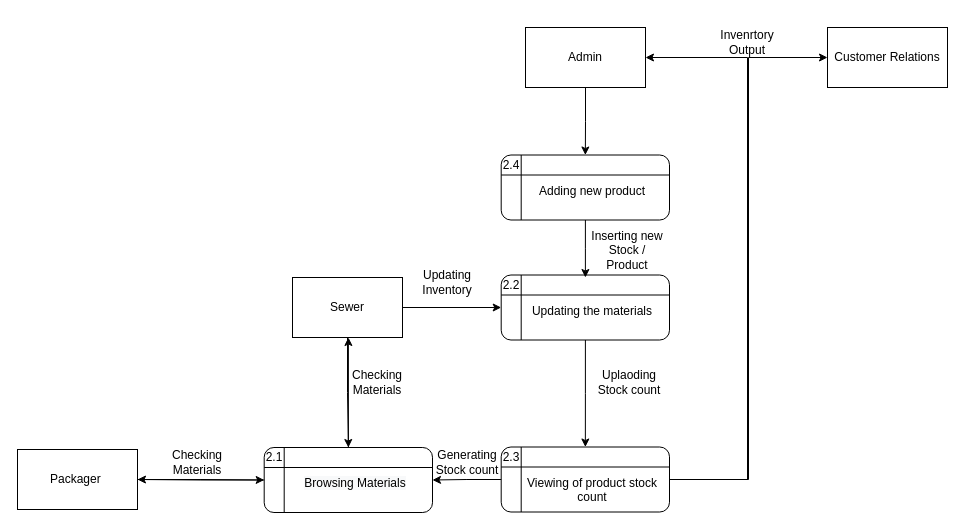
Earlier version of the draw.io diagram page "Revision Level 2 DFD (Inventory Management)" (5 of 10) of DFD DIAGRAMS.drawio (BryanFabellore/Team_SPOTLIGHT). Source tidied: cells renumbered, new cells numbered last; positions are measured from the earlier drawing's top-left corner, leaving out a move shared by most shapes. Both pictures are drawn from the tidied source at 100%, with x=0, y=0 at pixel (17, 17).
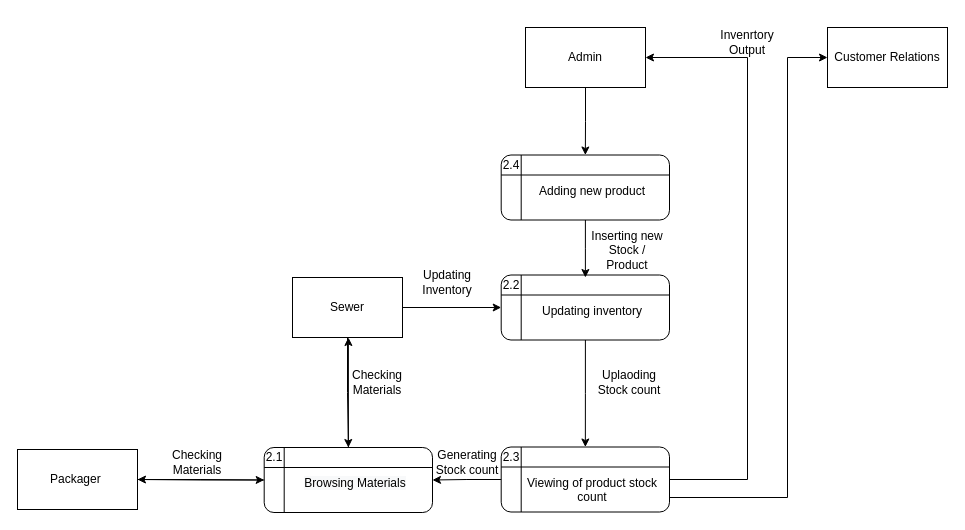
The same page after the edit.

Unchanged cells that the change refers to:
```xml
<mxCell id="9" value="Customer Relations" style="rounded=0;whiteSpace=wrap;html=1;strokeColor=default;fontFamily=Helvetica;fontSize=12;fontColor=default;fillColor=#FFFFFF;" parent="1" vertex="1">
  <mxGeometry x="810" y="10" width="120" height="60" as="geometry" />
</mxCell>
<mxCell id="15" style="group;" parent="1" vertex="1">
  <mxGeometry x="480" y="257.5" width="172" height="65" as="geometry" />
</mxCell>
<mxCell id="23" style="shape=internalStorage;whiteSpace=wrap;html=1;backgroundOutline=1;rounded=1;strokeColor=default;fontFamily=Helvetica;fontSize=12;fontColor=default;fillColor=#FFFFFF;" parent="22" vertex="1">
  <mxGeometry x="3.7" width="168.3" height="65" as="geometry" />
</mxCell>
```

Change to the diagram source:
```diff
@@
-    <mxCell id="18" value="Updating the materials" style="text;whiteSpace=wrap;html=1;align=center;" parent="15" vertex="1">
+    <mxCell id="18" value="Updating inventory" style="text;whiteSpace=wrap;html=1;align=center;" parent="15" vertex="1">
       <mxGeometry x="25.2" y="22.3" width="140.2" height="37.1" as="geometry" />
     </mxCell>
@@
     <mxCell id="34" style="edgeStyle=orthogonalEdgeStyle;rounded=0;jettySize=auto;html=1;entryX=0;entryY=0.5;entryDx=0;entryDy=0;" parent="1" edge="1" source="23" target="9">
-      <mxGeometry relative="1" as="geometry" />
+      <mxGeometry relative="1" as="geometry">
+        <Array as="points">
+          <mxPoint x="770" y="480" />
+          <mxPoint x="770" y="40" />
+        </Array>
+      </mxGeometry>
     </mxCell>
```
